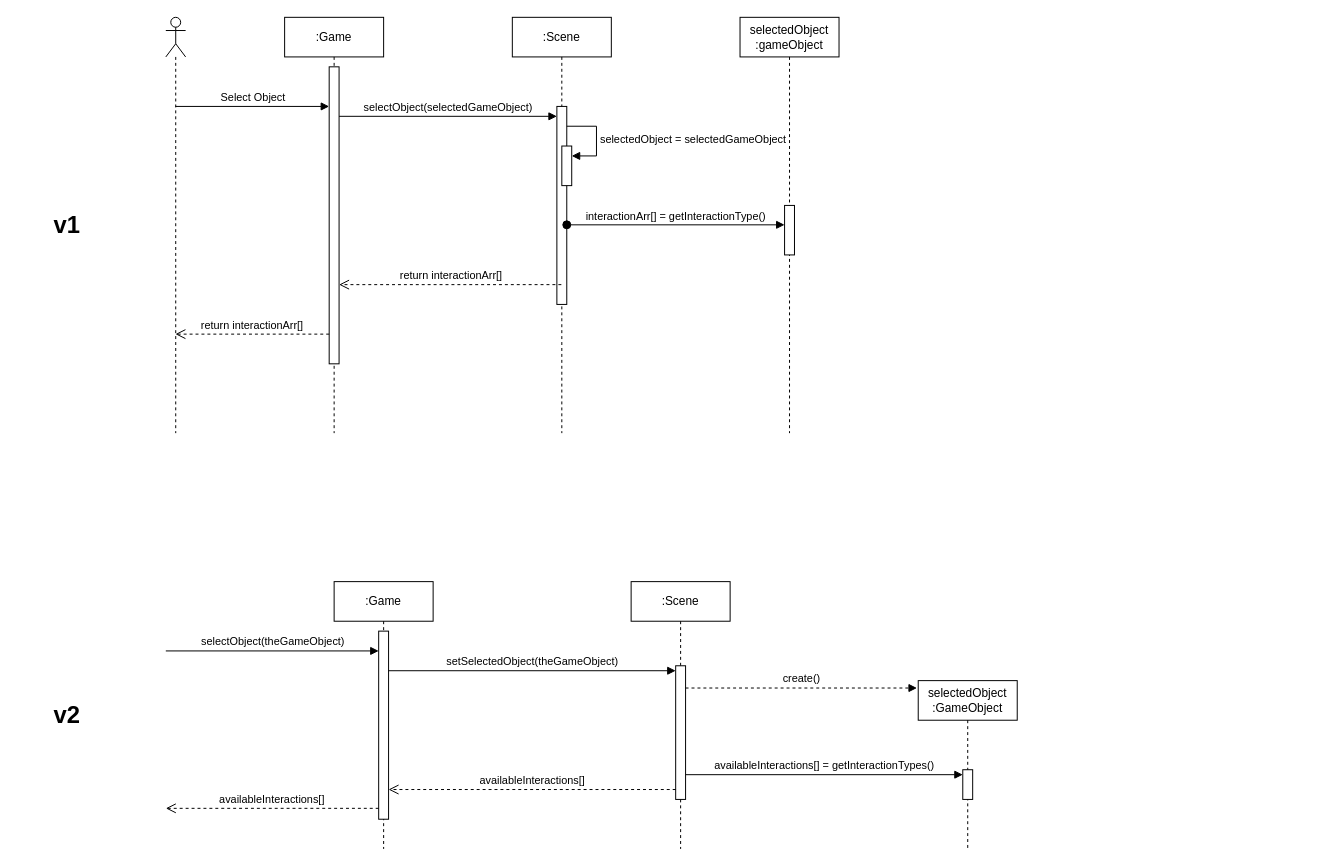
This is page "selectObject" (2 of 6) of domain-model.drawio from Jesper-R/PA1460, a draw.io file, before an edit. Source tidied: cells renumbered, new cells numbered last; positions are measured from the earlier drawing's top-left corner, leaving out a move shared by most shapes. Both pictures are drawn from the tidied source at 99%, with x=0, y=0 at pixel (17, 17).
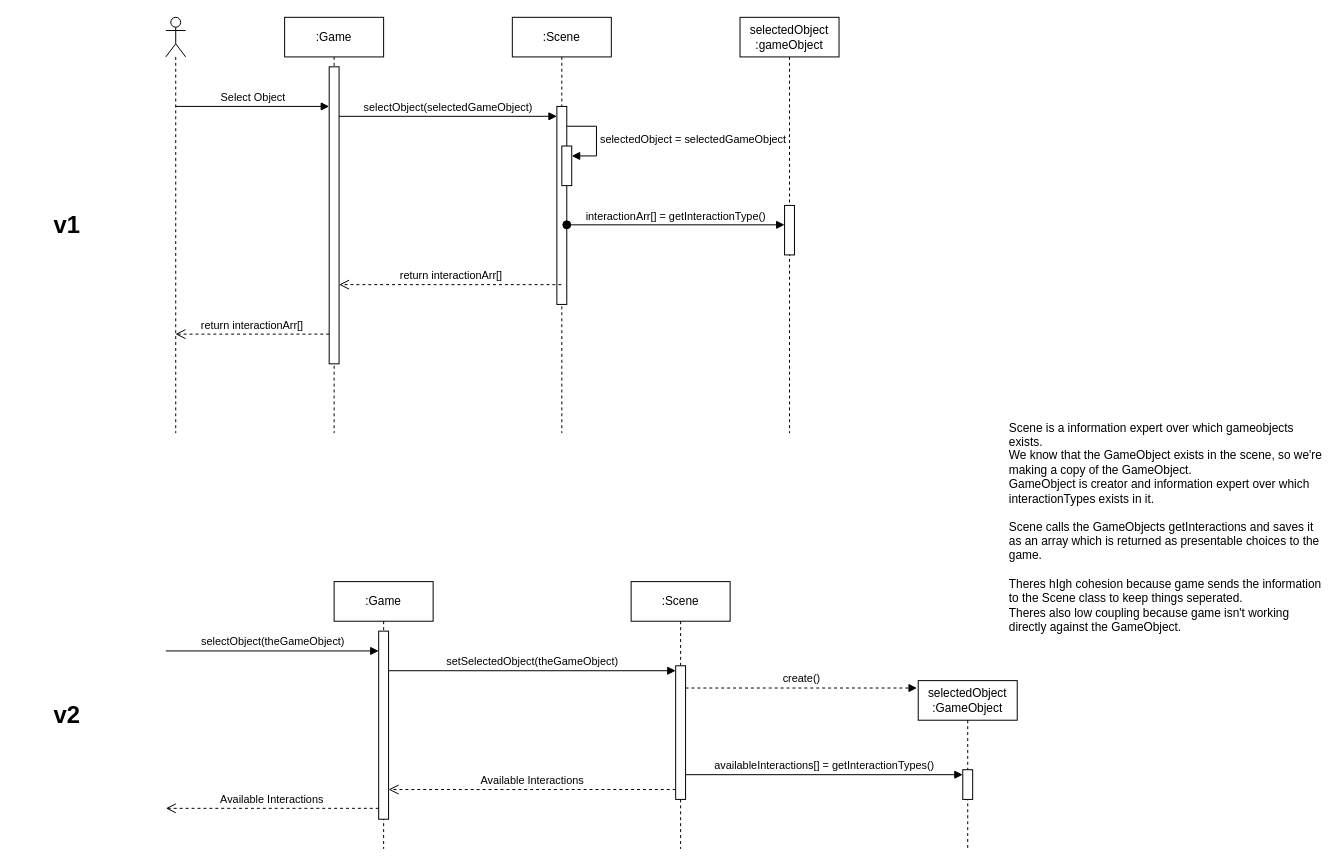
Above is the later version.

What changed in the source:
```diff
@@
-    <mxCell id="23" value="availableInteractions[]" style="html=1;verticalAlign=bottom;endArrow=open;dashed=1;endSize=8;curved=0;rounded=0;fontStyle=0;" parent="1" edge="1">
+    <mxCell id="23" value="Available Interactions" style="html=1;verticalAlign=bottom;endArrow=open;dashed=1;endSize=8;curved=0;rounded=0;fontStyle=0;" parent="1" edge="1">
       <mxGeometry relative="1" as="geometry">
         <mxPoint x="365" y="799" as="sourcePoint" />
         <mxPoint x="150" y="799" as="targetPoint" />
       </mxGeometry>
     </mxCell>
@@
-    <mxCell id="27" value="availableInteractions[]" style="html=1;verticalAlign=bottom;endArrow=open;dashed=1;endSize=8;curved=0;rounded=0;fontStyle=0;" parent="1" edge="1">
+    <mxCell id="27" value="Available Interactions" style="html=1;verticalAlign=bottom;endArrow=open;dashed=1;endSize=8;curved=0;rounded=0;fontStyle=0;" parent="1" edge="1">
       <mxGeometry relative="1" as="geometry">
         <mxPoint x="665" y="780" as="sourcePoint" />
         <mxPoint x="375" y="780" as="targetPoint" />
       </mxGeometry>
     </mxCell>
@@
+    <mxCell id="30" value="Scene is a information expert over which gameobjects exists.&lt;div&gt;We know that the GameObject exists in the scene, so we're making a copy of the GameObject.&amp;nbsp;&lt;/div&gt;&lt;div&gt;GameObject is creator and information expert over which interactionTypes exists in it.&lt;/div&gt;&lt;div&gt;&lt;br&gt;&lt;/div&gt;&lt;div&gt;Scene calls the GameObjects getInteractions and saves it as an array which is returned as presentable choices to the game.&lt;br&gt;&lt;br&gt;Theres hIgh cohesion because game sends the information to the Scene class to keep things seperated.&lt;br&gt;Theres also low coupling because game isn't working directly against the GameObject.&lt;/div&gt;" style="text;html=1;align=left;verticalAlign=middle;whiteSpace=wrap;rounded=0;" parent="1" vertex="1">
+      <mxGeometry x="1000" y="340" width="320" height="350" as="geometry" />
+    </mxCell>
```
